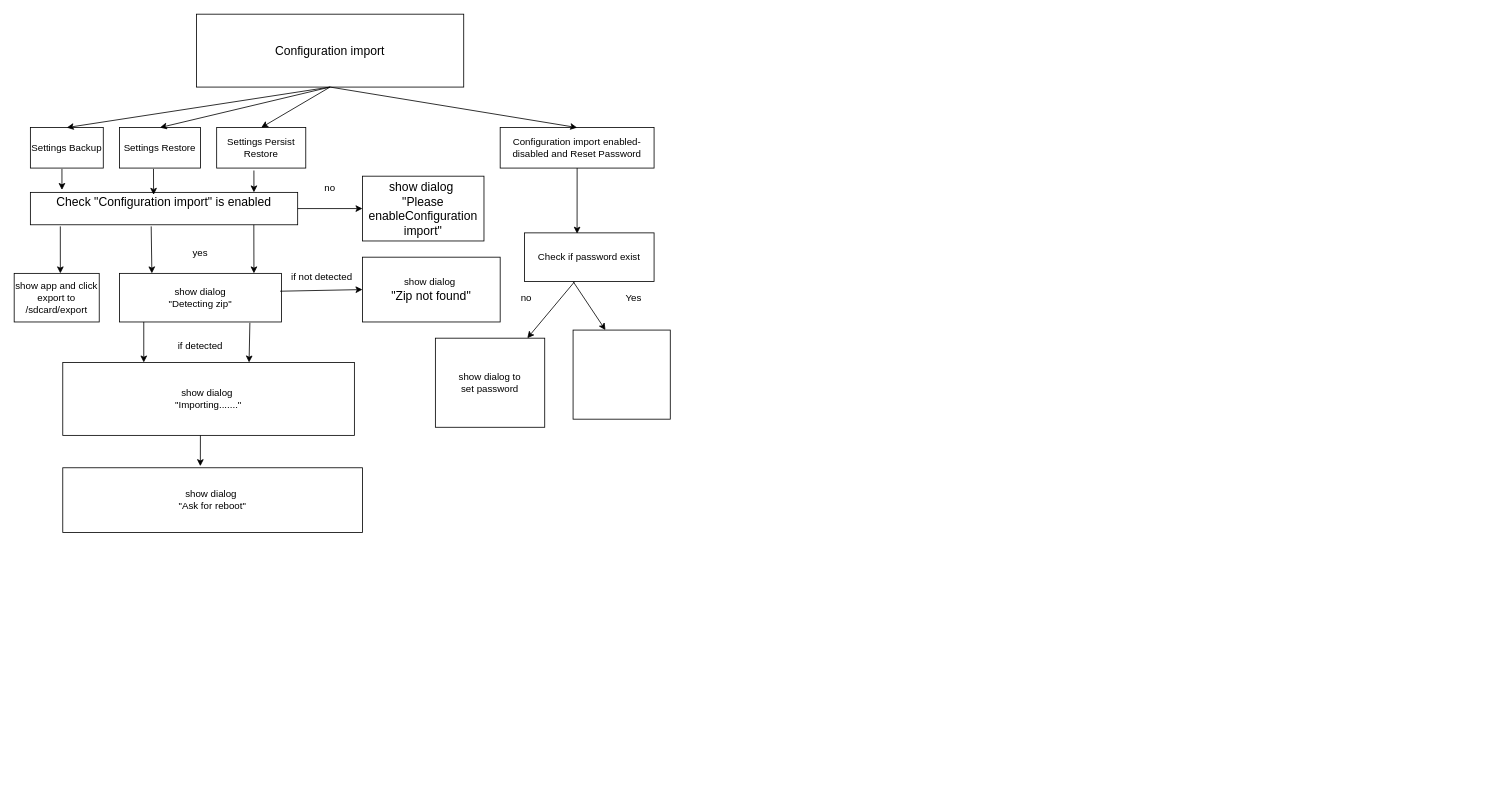
The draw.io diagram 流程圖.drawio in yuchinchenTW/IDT_-forgreengrassv2_log, before the edit. Source tidied: cells renumbered, new cells numbered last; positions are measured from the earlier drawing's top-left corner, leaving out a move shared by most shapes. Both pictures are drawn from the tidied source at 81%, with x=0, y=0 at pixel (14, 14).
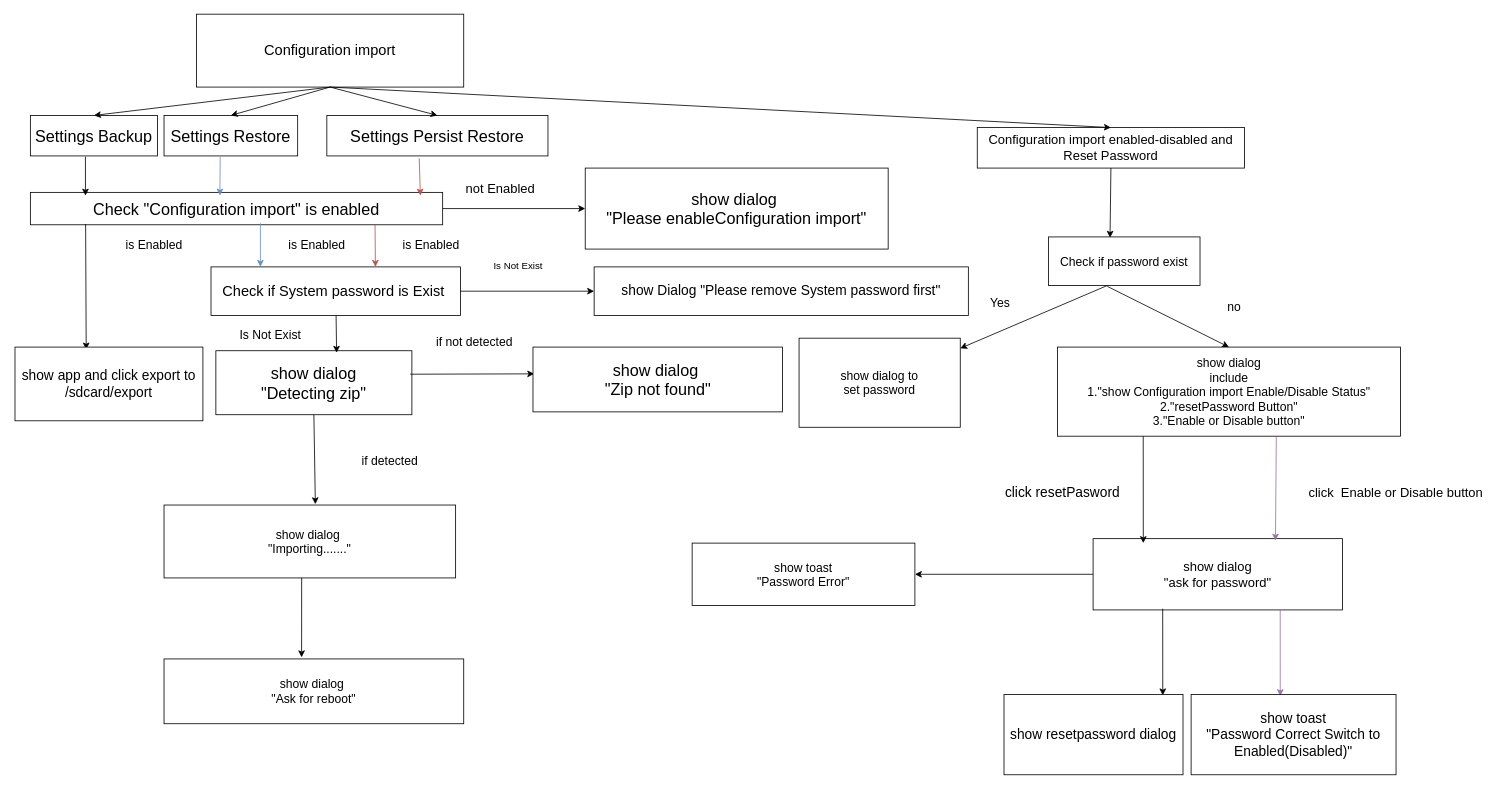
The same diagram, later.

Commit message (it also covers changes not shown here):
更新流程圖.drawio

Change to the diagram source:
```diff
@@
-    <mxCell id="2" value="&lt;font style=&quot;font-size: 15px;&quot;&gt;Configuration import&lt;/font&gt;" style="rounded=0;whiteSpace=wrap;html=1;" parent="1" vertex="1">
+    <mxCell id="2" value="&lt;font style=&quot;font-size: 18px;&quot;&gt;Configuration import&lt;/font&gt;" style="rounded=0;whiteSpace=wrap;html=1;" parent="1" vertex="1">
       <mxGeometry x="225" width="330" height="90" as="geometry" />
     </mxCell>
-    <mxCell id="3" value="Settings Backup" style="rounded=0;whiteSpace=wrap;html=1;" parent="1" vertex="1">
-      <mxGeometry x="20" y="140" width="90" height="50" as="geometry" />
+    <mxCell id="3" value="&lt;font style=&quot;font-size: 20px;&quot;&gt;Settings Backup&lt;/font&gt;" style="rounded=0;whiteSpace=wrap;html=1;" parent="1" vertex="1">
+      <mxGeometry x="20" y="125" width="157" height="50" as="geometry" />
     </mxCell>
-    <mxCell id="4" value="Settings Restore" style="rounded=0;whiteSpace=wrap;html=1;" parent="1" vertex="1">
-      <mxGeometry x="130" y="140" width="100" height="50" as="geometry" />
+    <mxCell id="4" value="&lt;font style=&quot;font-size: 20px;&quot;&gt;Settings Restore&lt;/font&gt;" style="rounded=0;whiteSpace=wrap;html=1;" parent="1" vertex="1">
+      <mxGeometry x="185" y="125" width="165" height="50" as="geometry" />
     </mxCell>
-    <mxCell id="5" value="Settings Persist Restore" style="rounded=0;whiteSpace=wrap;html=1;" parent="1" vertex="1">
-      <mxGeometry x="250" y="140" width="110" height="50" as="geometry" />
+    <mxCell id="5" value="&lt;font style=&quot;font-size: 20px;&quot;&gt;Settings Persist Restore&lt;/font&gt;" style="rounded=0;whiteSpace=wrap;html=1;" parent="1" vertex="1">
+      <mxGeometry x="386" y="125" width="273" height="50" as="geometry" />
     </mxCell>
@@
-    <mxCell id="9" value="Configuration import enabled-disabled and Reset Password" style="rounded=0;whiteSpace=wrap;html=1;" parent="1" vertex="1">
-      <mxGeometry x="600" y="140" width="190" height="50" as="geometry" />
+    <mxCell id="9" value="&lt;font style=&quot;font-size: 16px;&quot;&gt;Configuration import enabled-disabled and Reset Password&lt;/font&gt;" style="rounded=0;whiteSpace=wrap;html=1;" parent="1" vertex="1">
+      <mxGeometry x="1189" y="140" width="330" height="50" as="geometry" />
     </mxCell>
@@
-    <mxCell id="11" value="&lt;font style=&quot;font-size: 15px;&quot;&gt;Check &quot;Configuration import&quot; is enabled&lt;br&gt;&amp;nbsp;&lt;/font&gt;" style="rounded=0;whiteSpace=wrap;html=1;" parent="1" vertex="1">
-      <mxGeometry x="20" y="220" width="330" height="40" as="geometry" />
+    <mxCell id="11" value="&lt;font style=&quot;font-size: 20px;&quot;&gt;&lt;br&gt;Check &quot;Configuration import&quot; is enabled&lt;br&gt;&amp;nbsp;&lt;/font&gt;" style="rounded=0;whiteSpace=wrap;html=1;" parent="1" vertex="1">
+      <mxGeometry x="20" y="220" width="509" height="40" as="geometry" />
     </mxCell>
-    <mxCell id="12" value="&lt;font style=&quot;font-size: 15px;&quot;&gt;show dialog&amp;nbsp;&lt;br&gt;&quot;Please enableConfiguration import&quot;&lt;br&gt;&lt;/font&gt;" style="rounded=0;whiteSpace=wrap;html=1;" parent="1" vertex="1">
-      <mxGeometry x="430" y="200" width="150" height="80" as="geometry" />
+    <mxCell id="12" value="&lt;font style=&quot;font-size: 20px;&quot;&gt;show dialog&amp;nbsp;&lt;br&gt;&quot;Please enableConfiguration import&quot;&lt;br&gt;&lt;/font&gt;" style="rounded=0;whiteSpace=wrap;html=1;" parent="1" vertex="1">
+      <mxGeometry x="705" y="190" width="374" height="100" as="geometry" />
     </mxCell>
@@
-    <mxCell id="14" value="no" style="text;html=1;strokeColor=none;fillColor=none;align=center;verticalAlign=middle;whiteSpace=wrap;rounded=0;" parent="1" vertex="1">
-      <mxGeometry x="360" y="200" width="60" height="30" as="geometry" />
+    <mxCell id="14" value="&lt;font style=&quot;font-size: 16px;&quot;&gt;not Enabled&lt;/font&gt;" style="text;html=1;strokeColor=none;fillColor=none;align=center;verticalAlign=middle;whiteSpace=wrap;rounded=0;" parent="1" vertex="1">
+      <mxGeometry x="496" y="200" width="209" height="30" as="geometry" />
     </mxCell>
     <mxCell id="15" style="endArrow=classic;html=1;rounded=0;exitX=0.433;exitY=1.02;exitDx=0;exitDy=0;exitPerimeter=0;" parent="1" edge="1" source="3">
       <mxGeometry relative="1" as="geometry">
-        <mxPoint x="59" y="217" as="targetPoint" />
+        <mxPoint x="88" y="224" as="targetPoint" />
       </mxGeometry>
     </mxCell>
-    <mxCell id="16" style="endArrow=classic;html=1;rounded=0;exitX=0.42;exitY=1.02;exitDx=0;exitDy=0;exitPerimeter=0;entryX=0.461;entryY=0.075;entryDx=0;entryDy=0;entryPerimeter=0;" parent="1" edge="1" source="4" target="11">
-      <mxGeometry relative="1" as="geometry" />
+    <mxCell id="16" style="endArrow=classic;html=1;rounded=0;exitX=0.42;exitY=1.02;exitDx=0;exitDy=0;exitPerimeter=0;fillColor=#dae8fc;strokeColor=#6c8ebf;" parent="1" edge="1" source="4">
+      <mxGeometry relative="1" as="geometry">
+        <mxPoint x="254" y="224" as="targetPoint" />
+      </mxGeometry>
     </mxCell>
-    <mxCell id="17" style="endArrow=classic;html=1;rounded=0;exitX=0.418;exitY=1.06;exitDx=0;exitDy=0;exitPerimeter=0;" parent="1" edge="1" source="5">
-      <mxGeometry relative="1" as="geometry">
-        <mxPoint x="296" y="220" as="targetPoint" />
-      </mxGeometry>
+    <mxCell id="17" style="endArrow=classic;html=1;rounded=0;exitX=0.418;exitY=1.06;exitDx=0;exitDy=0;exitPerimeter=0;fillColor=#f8cecc;strokeColor=#b85450;entryX=0.026;entryY=0.8;entryDx=0;entryDy=0;entryPerimeter=0;" parent="1" edge="1" source="5" target="14">
+      <mxGeometry relative="1" as="geometry" />
     </mxCell>
-    <mxCell id="18" style="endArrow=classic;html=1;rounded=0;exitX=0.112;exitY=1.05;exitDx=0;exitDy=0;exitPerimeter=0;" parent="1" edge="1" source="11">
-      <mxGeometry relative="1" as="geometry">
-        <mxPoint x="57" y="320" as="targetPoint" />
-      </mxGeometry>
+    <mxCell id="18" style="endArrow=classic;html=1;rounded=0;exitX=0.134;exitY=0.975;exitDx=0;exitDy=0;exitPerimeter=0;entryX=0.379;entryY=0.033;entryDx=0;entryDy=0;entryPerimeter=0;" parent="1" edge="1" source="11" target="22">
+      <mxGeometry relative="1" as="geometry" />
     </mxCell>
-    <mxCell id="19" style="endArrow=classic;html=1;rounded=0;exitX=0.452;exitY=1.05;exitDx=0;exitDy=0;exitPerimeter=0;" parent="1" edge="1" source="11">
+    <mxCell id="19" style="endArrow=classic;html=1;rounded=0;exitX=0.558;exitY=0.95;exitDx=0;exitDy=0;exitPerimeter=0;fillColor=#dae8fc;strokeColor=#6c8ebf;" parent="1" edge="1" source="11">
       <mxGeometry relative="1" as="geometry">
-        <mxPoint x="170" y="320" as="targetPoint" />
+        <mxPoint x="304" y="312" as="targetPoint" />
       </mxGeometry>
     </mxCell>
-    <mxCell id="20" style="endArrow=classic;html=1;rounded=0;exitX=0.836;exitY=1;exitDx=0;exitDy=0;exitPerimeter=0;" parent="1" edge="1" source="11">
+    <mxCell id="20" style="endArrow=classic;html=1;rounded=0;exitX=0.836;exitY=1;exitDx=0;exitDy=0;exitPerimeter=0;fillColor=#f8cecc;strokeColor=#b85450;" parent="1" edge="1" source="11">
       <mxGeometry relative="1" as="geometry">
-        <mxPoint x="296" y="320" as="targetPoint" />
+        <mxPoint x="446" y="312" as="targetPoint" />
       </mxGeometry>
     </mxCell>
-    <mxCell id="21" value="yes&lt;br&gt;" style="text;html=1;strokeColor=none;fillColor=none;align=center;verticalAlign=middle;whiteSpace=wrap;rounded=0;" parent="1" vertex="1">
-      <mxGeometry x="200" y="280" width="60" height="30" as="geometry" />
-    </mxCell>
-    <mxCell id="22" value="show app and click export to&lt;br&gt;/sdcard/export" style="rounded=0;whiteSpace=wrap;html=1;" parent="1" vertex="1">
-      <mxGeometry y="320" width="105" height="60" as="geometry" />
+    <mxCell id="22" value="&lt;font style=&quot;font-size: 17px;&quot;&gt;show app and click export to&lt;br&gt;/sdcard/export&lt;/font&gt;" style="rounded=0;whiteSpace=wrap;html=1;" parent="1" vertex="1">
+      <mxGeometry x="1" y="411" width="232" height="91" as="geometry" />
     </mxCell>
-    <mxCell id="23" value="show dialog&lt;br&gt;&quot;Detecting zip&quot;" style="rounded=0;whiteSpace=wrap;html=1;" parent="1" vertex="1">
-      <mxGeometry x="130" y="320" width="200" height="60" as="geometry" />
+    <mxCell id="23" value="&lt;font style=&quot;font-size: 20px;&quot;&gt;show dialog&lt;br&gt;&quot;Detecting zip&quot;&lt;/font&gt;" style="rounded=0;whiteSpace=wrap;html=1;" parent="1" vertex="1">
+      <mxGeometry x="249" y="415.5" width="242" height="79" as="geometry" />
     </mxCell>
-    <mxCell id="24" style="endArrow=classic;html=1;rounded=0;exitX=0.992;exitY=0.367;exitDx=0;exitDy=0;exitPerimeter=0;entryX=0;entryY=0.5;entryDx=0;entryDy=0;" parent="1" edge="1" source="23" target="25">
+    <mxCell id="24" style="endArrow=classic;html=1;rounded=0;exitX=0.992;exitY=0.367;exitDx=0;exitDy=0;exitPerimeter=0;entryX=0.005;entryY=0.413;entryDx=0;entryDy=0;entryPerimeter=0;" parent="1" edge="1" source="23" target="25">
       <mxGeometry relative="1" as="geometry" />
     </mxCell>
-    <mxCell id="25" value="show dialog&amp;nbsp;&lt;br style=&quot;border-color: var(--border-color); font-size: 15px;&quot;&gt;&lt;span style=&quot;font-size: 15px;&quot;&gt;&quot;Zip not found&quot;&lt;/span&gt;" style="rounded=0;whiteSpace=wrap;html=1;" parent="1" vertex="1">
-      <mxGeometry x="430" y="300" width="170" height="80" as="geometry" />
+    <mxCell id="25" value="&lt;font style=&quot;font-size: 20px;&quot;&gt;show dialog&amp;nbsp;&lt;br style=&quot;border-color: var(--border-color);&quot;&gt;&quot;Zip not found&quot;&lt;/font&gt;" style="rounded=0;whiteSpace=wrap;html=1;" parent="1" vertex="1">
+      <mxGeometry x="640.5" y="411" width="308" height="80" as="geometry" />
     </mxCell>
-    <mxCell id="26" value="if not detected" style="text;html=1;strokeColor=none;fillColor=none;align=center;verticalAlign=middle;whiteSpace=wrap;rounded=0;" parent="1" vertex="1">
-      <mxGeometry x="330" y="310" width="100" height="30" as="geometry" />
+    <mxCell id="26" value="&lt;font style=&quot;font-size: 15px;&quot;&gt;if not detected&lt;/font&gt;" style="text;html=1;strokeColor=none;fillColor=none;align=center;verticalAlign=middle;whiteSpace=wrap;rounded=0;" parent="1" vertex="1">
+      <mxGeometry x="507" y="389" width="122.5" height="30" as="geometry" />
     </mxCell>
-    <mxCell id="27" value="show dialog&amp;nbsp;&lt;br&gt;&quot;Importing.......&quot;" style="rounded=0;whiteSpace=wrap;html=1;" parent="1" vertex="1">
-      <mxGeometry x="60" y="430" width="360" height="90" as="geometry" />
+    <mxCell id="27" value="&lt;font style=&quot;font-size: 15px;&quot;&gt;show dialog&amp;nbsp;&lt;br&gt;&quot;Importing.......&quot;&lt;/font&gt;" style="rounded=0;whiteSpace=wrap;html=1;" parent="1" vertex="1">
+      <mxGeometry x="185" y="606" width="360" height="90" as="geometry" />
     </mxCell>
-    <mxCell id="28" style="endArrow=classic;html=1;rounded=0;exitX=0.15;exitY=1;exitDx=0;exitDy=0;exitPerimeter=0;" parent="1" edge="1" source="23" target="27">
-      <mxGeometry relative="1" as="geometry">
-        <Array as="points">
-          <mxPoint x="160" y="430" />
-        </Array>
-      </mxGeometry>
-    </mxCell>
-    <mxCell id="29" value="if detected" style="text;html=1;strokeColor=none;fillColor=none;align=center;verticalAlign=middle;whiteSpace=wrap;rounded=0;" parent="1" vertex="1">
-      <mxGeometry x="185" y="400" width="90" height="20" as="geometry" />
+    <mxCell id="29" value="&lt;font style=&quot;font-size: 15px;&quot;&gt;if detected&lt;/font&gt;" style="text;html=1;strokeColor=none;fillColor=none;align=center;verticalAlign=middle;whiteSpace=wrap;rounded=0;" parent="1" vertex="1">
+      <mxGeometry x="419" y="541" width="90" height="20" as="geometry" />
     </mxCell>
-    <mxCell id="30" style="endArrow=classic;html=1;rounded=0;exitX=0.805;exitY=1.017;exitDx=0;exitDy=0;exitPerimeter=0;" parent="1" edge="1" source="23">
-      <mxGeometry relative="1" as="geometry">
-        <mxPoint x="290" y="430" as="targetPoint" />
-      </mxGeometry>
-    </mxCell>
@@
-    <mxCell id="32" value="show dialog&amp;nbsp;&lt;br style=&quot;border-color: var(--border-color);&quot;&gt;&quot;Ask for reboot&quot;" style="rounded=0;whiteSpace=wrap;html=1;" parent="1" vertex="1">
-      <mxGeometry x="60" y="560" width="370" height="80" as="geometry" />
+    <mxCell id="32" value="&lt;font style=&quot;font-size: 15px;&quot;&gt;show dialog&amp;nbsp;&lt;br style=&quot;border-color: var(--border-color);&quot;&gt;&quot;Ask for reboot&quot;&lt;/font&gt;" style="rounded=0;whiteSpace=wrap;html=1;" parent="1" vertex="1">
+      <mxGeometry x="185" y="796" width="370" height="80" as="geometry" />
     </mxCell>
-    <mxCell id="33" value="Check if password exist" style="rounded=0;whiteSpace=wrap;html=1;" parent="1" vertex="1">
-      <mxGeometry x="630" y="270" width="160" height="60" as="geometry" />
+    <mxCell id="33" value="&lt;font style=&quot;font-size: 15px;&quot;&gt;Check if password exist&lt;/font&gt;" style="rounded=0;whiteSpace=wrap;html=1;" parent="1" vertex="1">
+      <mxGeometry x="1277" y="275" width="187" height="60" as="geometry" />
     </mxCell>
@@
-    <mxCell id="36" style="endArrow=classic;html=1;rounded=0;" parent="1" edge="1">
-      <mxGeometry relative="1" as="geometry">
-        <mxPoint x="690" y="330" as="sourcePoint" />
-        <mxPoint x="730" y="390" as="targetPoint" />
-      </mxGeometry>
+    <mxCell id="36" style="endArrow=classic;html=1;rounded=0;entryX=0.5;entryY=0;entryDx=0;entryDy=0;exitX=0.388;exitY=1.017;exitDx=0;exitDy=0;exitPerimeter=0;" parent="1" edge="1" source="33" target="38">
+      <mxGeometry relative="1" as="geometry" />
     </mxCell>
-    <mxCell id="37" value="show dialog to &lt;br&gt;set password" style="rounded=0;whiteSpace=wrap;html=1;" parent="1" vertex="1">
-      <mxGeometry x="520" y="400" width="135" height="110" as="geometry" />
+    <mxCell id="37" value="&lt;font style=&quot;font-size: 15px;&quot;&gt;show dialog to &lt;br&gt;set password&lt;/font&gt;" style="rounded=0;whiteSpace=wrap;html=1;" parent="1" vertex="1">
+      <mxGeometry x="969" y="400" width="199" height="110" as="geometry" />
     </mxCell>
-    <mxCell id="38" style="rounded=0;whiteSpace=wrap;html=1;" parent="1" vertex="1">
-      <mxGeometry x="690" y="390" width="120" height="110" as="geometry" />
+    <mxCell id="38" value="&lt;font style=&quot;font-size: 15px;&quot;&gt;show dialog&lt;br&gt;include&lt;br&gt;1.&quot;show Configuration import Enable/Disable Status&quot;&lt;br&gt;2.&quot;resetPassword Button&quot;&lt;br&gt;3.&quot;Enable or Disable button&quot;&lt;/font&gt;" style="rounded=0;whiteSpace=wrap;html=1;" parent="1" vertex="1">
+      <mxGeometry x="1288" y="411" width="423.5" height="110" as="geometry" />
     </mxCell>
-    <mxCell id="39" value="no" style="text;html=1;strokeColor=none;fillColor=none;align=center;verticalAlign=middle;whiteSpace=wrap;rounded=0;" parent="1" vertex="1">
-      <mxGeometry x="610" y="340" width="45" height="20" as="geometry" />
+    <mxCell id="39" value="&lt;font style=&quot;font-size: 15px;&quot;&gt;no&lt;/font&gt;" style="text;html=1;strokeColor=none;fillColor=none;align=center;verticalAlign=middle;whiteSpace=wrap;rounded=0;" parent="1" vertex="1">
+      <mxGeometry x="1464" y="342" width="85" height="38" as="geometry" />
     </mxCell>
-    <mxCell id="40" value="Yes" style="text;html=1;strokeColor=none;fillColor=none;align=center;verticalAlign=middle;whiteSpace=wrap;rounded=0;" parent="1" vertex="1">
-      <mxGeometry x="740" y="340" width="50" height="20" as="geometry" />
+    <mxCell id="40" value="&lt;font style=&quot;font-size: 15px;&quot;&gt;Yes&lt;/font&gt;" style="text;html=1;strokeColor=none;fillColor=none;align=center;verticalAlign=middle;whiteSpace=wrap;rounded=0;" parent="1" vertex="1">
+      <mxGeometry x="1178" y="332" width="79" height="48" as="geometry" />
     </mxCell>
+    <mxCell id="41" value="&lt;font style=&quot;font-size: 16px;&quot;&gt;show dialog&lt;br&gt;&quot;ask for password&quot;&lt;/font&gt;" style="rounded=0;whiteSpace=wrap;html=1;" parent="1" vertex="1">
+      <mxGeometry x="1332" y="647.5" width="308" height="88" as="geometry" />
+    </mxCell>
+    <mxCell id="42" value="&lt;font style=&quot;font-size: 17px;&quot;&gt;click resetPasword&lt;/font&gt;" style="text;html=1;strokeColor=none;fillColor=none;align=center;verticalAlign=middle;whiteSpace=wrap;rounded=0;" parent="1" vertex="1">
+      <mxGeometry x="1168" y="561" width="253" height="60" as="geometry" />
+    </mxCell>
+    <mxCell id="43" value="&lt;font style=&quot;font-size: 16px;&quot;&gt;click&amp;nbsp; Enable or Disable button&lt;/font&gt;" style="text;html=1;strokeColor=none;fillColor=none;align=center;verticalAlign=middle;whiteSpace=wrap;rounded=0;" parent="1" vertex="1">
+      <mxGeometry x="1585" y="576" width="242" height="30" as="geometry" />
+    </mxCell>
+    <mxCell id="44" style="endArrow=classic;html=1;rounded=0;exitX=0;exitY=0.5;exitDx=0;exitDy=0;entryX=1;entryY=0.5;entryDx=0;entryDy=0;" parent="1" edge="1" source="41" target="45">
+      <mxGeometry relative="1" as="geometry" />
+    </mxCell>
+    <mxCell id="45" value="&lt;font style=&quot;font-size: 15px;&quot;&gt;show toast&lt;br&gt;&quot;Password Error&quot;&lt;/font&gt;" style="rounded=0;whiteSpace=wrap;html=1;" parent="1" vertex="1">
+      <mxGeometry x="837" y="653" width="275" height="77" as="geometry" />
+    </mxCell>
+    <mxCell id="46" style="endArrow=classic;html=1;rounded=0;entryX=0.887;entryY=0.01;entryDx=0;entryDy=0;exitX=0.279;exitY=0.983;exitDx=0;exitDy=0;exitPerimeter=0;entryPerimeter=0;" parent="1" edge="1" source="41" target="47">
+      <mxGeometry relative="1" as="geometry" />
+    </mxCell>
+    <mxCell id="47" value="&lt;font style=&quot;font-size: 17px;&quot;&gt;show resetpassword dialog&lt;/font&gt;" style="rounded=0;whiteSpace=wrap;html=1;" parent="1" vertex="1">
+      <mxGeometry x="1222" y="840" width="221" height="99" as="geometry" />
+    </mxCell>
+    <mxCell id="48" style="endArrow=classic;html=1;rounded=0;exitX=0.75;exitY=1;exitDx=0;exitDy=0;entryX=0.435;entryY=0.02;entryDx=0;entryDy=0;entryPerimeter=0;fillColor=#e1d5e7;strokeColor=#9673a6;" parent="1" edge="1" source="41" target="49">
+      <mxGeometry relative="1" as="geometry" />
+    </mxCell>
+    <mxCell id="49" value="&lt;font style=&quot;font-size: 17px;&quot;&gt;show toast&lt;br style=&quot;border-color: var(--border-color);&quot;&gt;&quot;Password Correct Switch to&lt;br&gt;Enabled(Disabled)&quot;&lt;/font&gt;" style="rounded=0;whiteSpace=wrap;html=1;" parent="1" vertex="1">
+      <mxGeometry x="1453" y="840" width="253" height="99" as="geometry" />
+    </mxCell>
+    <mxCell id="50" style="endArrow=classic;html=1;rounded=0;entryX=0.731;entryY=0.028;entryDx=0;entryDy=0;fillColor=#e1d5e7;strokeColor=#9673a6;exitX=0.638;exitY=1.009;exitDx=0;exitDy=0;exitPerimeter=0;entryPerimeter=0;" parent="1" edge="1" source="38" target="41">
+      <mxGeometry relative="1" as="geometry" />
+    </mxCell>
+    <mxCell id="51" value="&lt;font style=&quot;font-size: 15px;&quot;&gt;is Enabled&lt;/font&gt;" style="text;html=1;strokeColor=none;fillColor=none;align=center;verticalAlign=middle;whiteSpace=wrap;rounded=0;" parent="1" vertex="1">
+      <mxGeometry x="333.5" y="270" width="80" height="30" as="geometry" />
+    </mxCell>
+    <mxCell id="28" style="endArrow=classic;html=1;rounded=0;entryX=0.519;entryY=-0.011;entryDx=0;entryDy=0;entryPerimeter=0;exitX=0.5;exitY=1;exitDx=0;exitDy=0;" parent="1" edge="1" source="23" target="27">
+      <mxGeometry relative="1" as="geometry" />
+    </mxCell>
+    <mxCell id="52" style="endArrow=classic;html=1;rounded=0;exitX=0.25;exitY=1;exitDx=0;exitDy=0;" parent="1" edge="1" source="38">
+      <mxGeometry relative="1" as="geometry">
+        <mxPoint x="1394" y="653" as="targetPoint" />
+      </mxGeometry>
+    </mxCell>
+    <mxCell id="53" value="&lt;font style=&quot;font-size: 15px;&quot;&gt;is Enabled&lt;/font&gt;" style="text;html=1;strokeColor=none;fillColor=none;align=center;verticalAlign=middle;whiteSpace=wrap;rounded=0;" parent="1" vertex="1">
+      <mxGeometry x="133" y="270" width="80" height="30" as="geometry" />
+    </mxCell>
+    <mxCell id="54" value="&lt;font style=&quot;font-size: 15px;&quot;&gt;is Enabled&lt;/font&gt;" style="text;html=1;strokeColor=none;fillColor=none;align=center;verticalAlign=middle;whiteSpace=wrap;rounded=0;" parent="1" vertex="1">
+      <mxGeometry x="475" y="270" width="80" height="30" as="geometry" />
+    </mxCell>
+    <mxCell id="55" value="&lt;font style=&quot;font-size: 18px;&quot;&gt;Check if System password is Exist&amp;nbsp;&lt;/font&gt;" style="rounded=0;whiteSpace=wrap;html=1;" parent="1" vertex="1">
+      <mxGeometry x="243" y="312" width="308" height="60" as="geometry" />
+    </mxCell>
+    <mxCell id="56" style="endArrow=classic;html=1;rounded=0;entryX=0.616;entryY=0.032;entryDx=0;entryDy=0;entryPerimeter=0;" parent="1" edge="1" source="55" target="23">
+      <mxGeometry relative="1" as="geometry" />
+    </mxCell>
+    <mxCell id="57" value="&lt;font style=&quot;font-size: 17px;&quot;&gt;show Dialog &quot;Please remove System password first&quot;&lt;/font&gt;" style="rounded=0;whiteSpace=wrap;html=1;" parent="1" vertex="1">
+      <mxGeometry x="716" y="312" width="462" height="60" as="geometry" />
+    </mxCell>
+    <mxCell id="58" style="endArrow=classic;html=1;rounded=0;exitX=1;exitY=0.5;exitDx=0;exitDy=0;entryX=0;entryY=0.5;entryDx=0;entryDy=0;" parent="1" edge="1" source="55" target="57">
+      <mxGeometry relative="1" as="geometry" />
+    </mxCell>
+    <mxCell id="59" value="Is Not Exist" style="text;html=1;strokeColor=none;fillColor=none;align=center;verticalAlign=middle;whiteSpace=wrap;rounded=0;" parent="1" vertex="1">
+      <mxGeometry x="562" y="290" width="121" height="42" as="geometry" />
+    </mxCell>
+    <mxCell id="60" value="&lt;font style=&quot;font-size: 15px;&quot;&gt;Is Not Exist&lt;/font&gt;" style="text;html=1;strokeColor=none;fillColor=none;align=center;verticalAlign=middle;whiteSpace=wrap;rounded=0;" parent="1" vertex="1">
+      <mxGeometry x="265" y="380" width="102.5" height="30" as="geometry" />
+    </mxCell>
```
